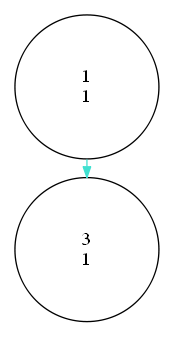
Before: Graphics/AVL.png, a diagram exported from Graphviz (Guillermo-O-C/EDD_1S20200_PY2_201801366). Its source is kept beside it as TextFiles/AVL.dot.
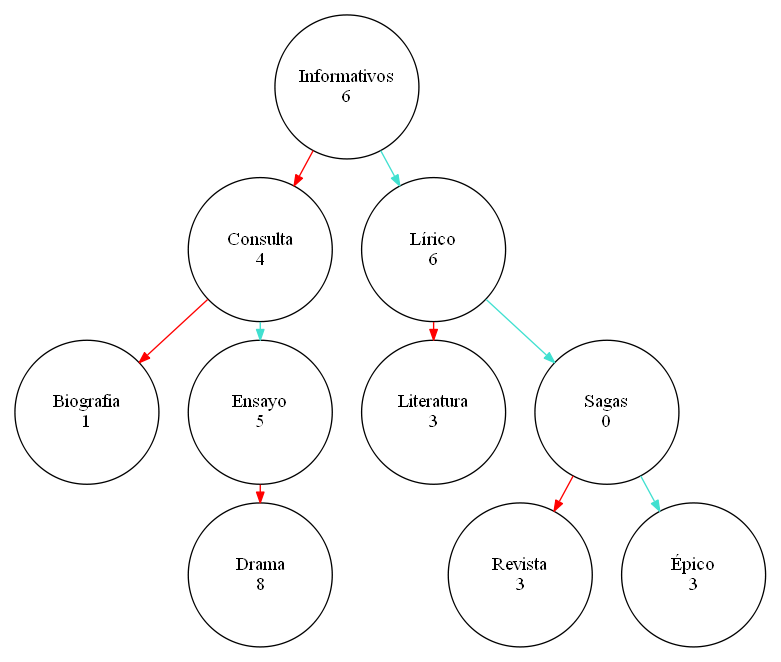
Above is the later version.

Diff of the diagram source:
```diff
@@ -2,5 +2,13 @@
  nodesep=0.3;
  ranksep=0.2;
     margin=0.1;
- node[shape=circle width="1.5" height="1.5" fixed="true"];  edge [arrowsize=0.8];"1""1"[label="1\n1"]"1" -> "3"[color="#40e0d0"];
-"3"[label="3\n1"]}
+ node[shape=circle width="1.5" height="1.5" fixed="true"];  edge [arrowsize=0.8];"Informativos""Informativos"[label="Informativos\n6"]"Informativos" -> "Consulta"[color="#ff0000"];
+"Consulta"[label="Consulta\n4"]"Consulta" -> "Biografia"[color="#ff0000"];
+"Biografia"[label="Biografia\n1"]"Consulta" -> "Ensayo"[color="#40e0d0"];
+"Ensayo"[label="Ensayo\n5"]"Ensayo" -> "Drama"[color="#ff0000"];
+"Drama"[label="Drama\n8"]"Informativos" -> "Lírico"[color="#40e0d0"];
+"Lírico"[label="Lírico\n6"]"Lírico" -> "Literatura"[color="#ff0000"];
+"Literatura"[label="Literatura\n3"]"Lírico" -> "Sagas"[color="#40e0d0"];
+"Sagas"[label="Sagas\n0"]"Sagas" -> "Revista"[color="#ff0000"];
+"Revista"[label="Revista\n3"]"Sagas" -> "Épico"[color="#40e0d0"];
+"Épico"[label="Épico\n3"]}
```
